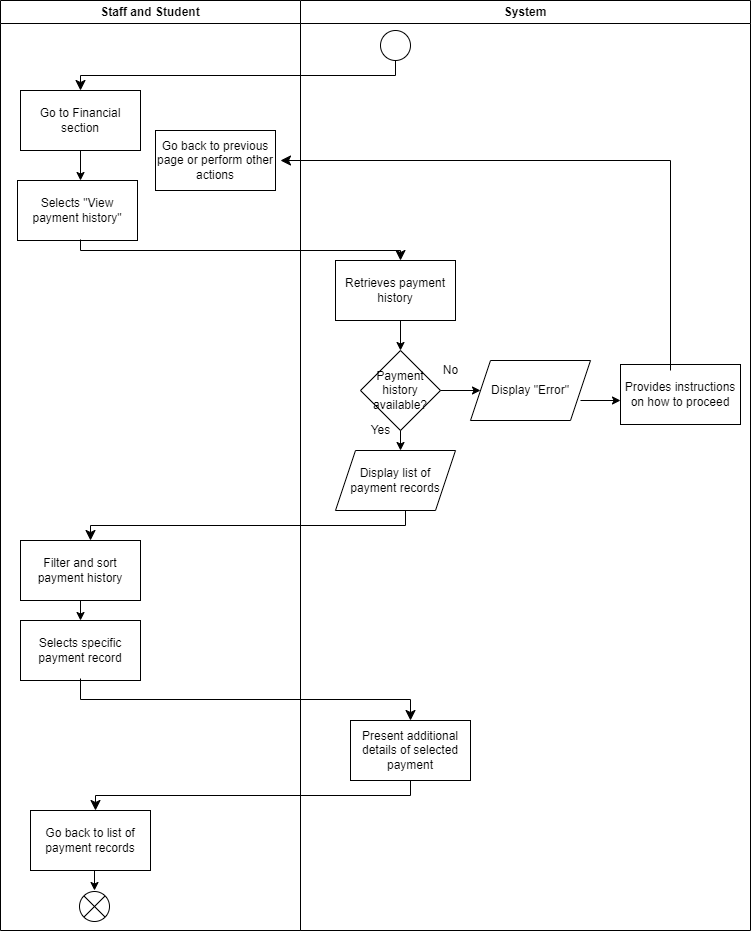
drshahizan/software-engineering keeps this draw.io diagram as project/drawio/stakeholder/activity diagram/uc23.png. Above is the earlier version. Source tidied: cells renumbered, new cells last; positions are measured from the earlier drawing's top-left corner, leaving out a move shared by most shapes. Source of this version:
```xml
<mxGraphModel>
  <root>
    <mxCell id="0" />
    <mxCell id="1" parent="0" />
    <mxCell id="2" style="ellipse;" parent="1" vertex="1">
      <mxGeometry x="380" y="30" width="30" height="30" as="geometry" />
    </mxCell>
    <mxCell id="3" style="edgeStyle=elbowEdgeStyle;elbow=vertical;endArrow=classic;html=1;curved=0;rounded=0;endSize=8;startSize=8;" parent="1" edge="1">
      <mxGeometry relative="1" as="geometry">
        <mxPoint x="395" y="60" as="sourcePoint" />
        <mxPoint x="80" y="90" as="targetPoint" />
      </mxGeometry>
    </mxCell>
    <mxCell id="4" value="Go to Financial section" style="rounded=0;whiteSpace=wrap;html=1;" parent="1" vertex="1">
      <mxGeometry x="20" y="90" width="120" height="60" as="geometry" />
    </mxCell>
    <mxCell id="5" style="endArrow=classic;html=1;" parent="1" edge="1">
      <mxGeometry relative="1" as="geometry">
        <mxPoint x="80" y="150" as="sourcePoint" />
        <mxPoint x="80" y="180" as="targetPoint" />
      </mxGeometry>
    </mxCell>
    <mxCell id="6" value="Selects &quot;View payment history&quot;" style="rounded=0;whiteSpace=wrap;html=1;" parent="1" vertex="1">
      <mxGeometry x="17" y="180" width="120" height="60" as="geometry" />
    </mxCell>
    <mxCell id="7" style="edgeStyle=elbowEdgeStyle;elbow=vertical;endArrow=classic;html=1;curved=0;rounded=0;endSize=8;startSize=8;" parent="1" edge="1">
      <mxGeometry relative="1" as="geometry">
        <mxPoint x="80" y="239" as="sourcePoint" />
        <mxPoint x="400" y="260" as="targetPoint" />
      </mxGeometry>
    </mxCell>
    <mxCell id="8" value="Retrieves payment history" style="rounded=0;whiteSpace=wrap;html=1;" parent="1" vertex="1">
      <mxGeometry x="335" y="260" width="120" height="60" as="geometry" />
    </mxCell>
    <mxCell id="9" style="endArrow=classic;html=1;" parent="1" edge="1">
      <mxGeometry relative="1" as="geometry">
        <mxPoint x="400" y="320" as="sourcePoint" />
        <mxPoint x="400" y="350" as="targetPoint" />
      </mxGeometry>
    </mxCell>
    <mxCell id="10" value="Payment history available?" style="rhombus;whiteSpace=wrap;html=1;" parent="1" vertex="1">
      <mxGeometry x="360" y="350" width="80" height="80" as="geometry" />
    </mxCell>
    <mxCell id="11" style="endArrow=classic;html=1;" parent="1" edge="1">
      <mxGeometry relative="1" as="geometry">
        <mxPoint x="400" y="430" as="sourcePoint" />
        <mxPoint x="400" y="450" as="targetPoint" />
      </mxGeometry>
    </mxCell>
    <mxCell id="12" value="Display list of payment records" style="shape=parallelogram;perimeter=parallelogramPerimeter;whiteSpace=wrap;html=1;fixedSize=1;" parent="1" vertex="1">
      <mxGeometry x="335" y="450" width="120" height="60" as="geometry" />
    </mxCell>
    <mxCell id="13" style="edgeStyle=elbowEdgeStyle;elbow=vertical;endArrow=classic;html=1;curved=0;rounded=0;endSize=8;startSize=8;" parent="1" edge="1">
      <mxGeometry relative="1" as="geometry">
        <mxPoint x="405" y="510" as="sourcePoint" />
        <mxPoint x="90" y="540" as="targetPoint" />
      </mxGeometry>
    </mxCell>
    <mxCell id="14" value="Filter and sort payment history" style="rounded=0;whiteSpace=wrap;html=1;" parent="1" vertex="1">
      <mxGeometry x="20" y="540" width="120" height="60" as="geometry" />
    </mxCell>
    <mxCell id="15" style="endArrow=classic;html=1;" parent="1" edge="1">
      <mxGeometry relative="1" as="geometry">
        <mxPoint x="80" y="600" as="sourcePoint" />
        <mxPoint x="80" y="620" as="targetPoint" />
      </mxGeometry>
    </mxCell>
    <mxCell id="16" value="Selects specific payment record" style="rounded=0;whiteSpace=wrap;html=1;" parent="1" vertex="1">
      <mxGeometry x="20" y="620" width="120" height="60" as="geometry" />
    </mxCell>
    <mxCell id="17" style="edgeStyle=elbowEdgeStyle;elbow=vertical;endArrow=classic;html=1;curved=0;rounded=0;endSize=8;startSize=8;" parent="1" edge="1">
      <mxGeometry relative="1" as="geometry">
        <mxPoint x="80" y="678" as="sourcePoint" />
        <mxPoint x="410" y="720" as="targetPoint" />
      </mxGeometry>
    </mxCell>
    <mxCell id="18" value="Present additional details of selected payment" style="rounded=0;whiteSpace=wrap;html=1;" parent="1" vertex="1">
      <mxGeometry x="350" y="720" width="120" height="60" as="geometry" />
    </mxCell>
    <mxCell id="19" style="edgeStyle=elbowEdgeStyle;elbow=vertical;endArrow=classic;html=1;curved=0;rounded=0;endSize=8;startSize=8;" parent="1" edge="1">
      <mxGeometry relative="1" as="geometry">
        <mxPoint x="410" y="780" as="sourcePoint" />
        <mxPoint x="95" y="810" as="targetPoint" />
      </mxGeometry>
    </mxCell>
    <mxCell id="20" value="Go back to list of payment records" style="rounded=0;whiteSpace=wrap;html=1;" parent="1" vertex="1">
      <mxGeometry x="30" y="810" width="120" height="60" as="geometry" />
    </mxCell>
    <mxCell id="21" style="endArrow=classic;html=1;" parent="1" edge="1">
      <mxGeometry relative="1" as="geometry">
        <mxPoint x="94" y="870" as="sourcePoint" />
        <mxPoint x="94" y="890" as="targetPoint" />
      </mxGeometry>
    </mxCell>
    <mxCell id="22" style="shape=sumEllipse;perimeter=ellipsePerimeter;whiteSpace=wrap;html=1;backgroundOutline=1;" parent="1" vertex="1">
      <mxGeometry x="79" y="891" width="30" height="30" as="geometry" />
    </mxCell>
    <mxCell id="23" value="Yes" style="text;html=1;align=center;verticalAlign=middle;strokeColor=none;fillColor=none;" parent="1" vertex="1">
      <mxGeometry x="360" y="415" width="40" height="30" as="geometry" />
    </mxCell>
    <mxCell id="24" style="endArrow=classic;html=1;" parent="1" edge="1">
      <mxGeometry relative="1" as="geometry">
        <mxPoint x="440" y="390" as="sourcePoint" />
        <mxPoint x="480" y="390" as="targetPoint" />
      </mxGeometry>
    </mxCell>
    <mxCell id="25" value="Display &quot;Error&quot;" style="shape=parallelogram;perimeter=parallelogramPerimeter;whiteSpace=wrap;html=1;fixedSize=1;" parent="1" vertex="1">
      <mxGeometry x="470" y="360" width="120" height="60" as="geometry" />
    </mxCell>
    <mxCell id="26" value="No" style="text;html=1;align=center;verticalAlign=middle;strokeColor=none;fillColor=none;" parent="1" vertex="1">
      <mxGeometry x="430" y="355" width="40" height="30" as="geometry" />
    </mxCell>
    <mxCell id="27" style="endArrow=classic;html=1;" parent="1" edge="1">
      <mxGeometry relative="1" as="geometry">
        <mxPoint x="580" y="400" as="sourcePoint" />
        <mxPoint x="620" y="400" as="targetPoint" />
      </mxGeometry>
    </mxCell>
    <mxCell id="28" value="Provides instructions on how to proceed" style="rounded=0;whiteSpace=wrap;html=1;" parent="1" vertex="1">
      <mxGeometry x="620" y="364" width="120" height="60" as="geometry" />
    </mxCell>
    <mxCell id="29" style="edgeStyle=elbowEdgeStyle;elbow=vertical;endArrow=classic;html=1;curved=0;rounded=0;endSize=8;startSize=8;" parent="1" edge="1">
      <mxGeometry relative="1" as="geometry">
        <mxPoint x="670" y="370" as="sourcePoint" />
        <mxPoint x="280" y="160" as="targetPoint" />
        <Array as="points">
          <mxPoint x="630" y="160" />
        </Array>
      </mxGeometry>
    </mxCell>
    <mxCell id="30" value="Go back to previous page or perform other actions" style="rounded=0;whiteSpace=wrap;html=1;" parent="1" vertex="1">
      <mxGeometry x="155" y="130" width="120" height="60" as="geometry" />
    </mxCell>
    <mxCell id="31" value="Staff and Student" style="swimlane;whiteSpace=wrap;html=1;" parent="1" vertex="1">
      <mxGeometry width="300" height="930" as="geometry" />
    </mxCell>
    <mxCell id="32" value="System" style="swimlane;whiteSpace=wrap;html=1;" parent="1" vertex="1">
      <mxGeometry x="300" width="450" height="930" as="geometry" />
    </mxCell>
  </root>
</mxGraphModel>
```
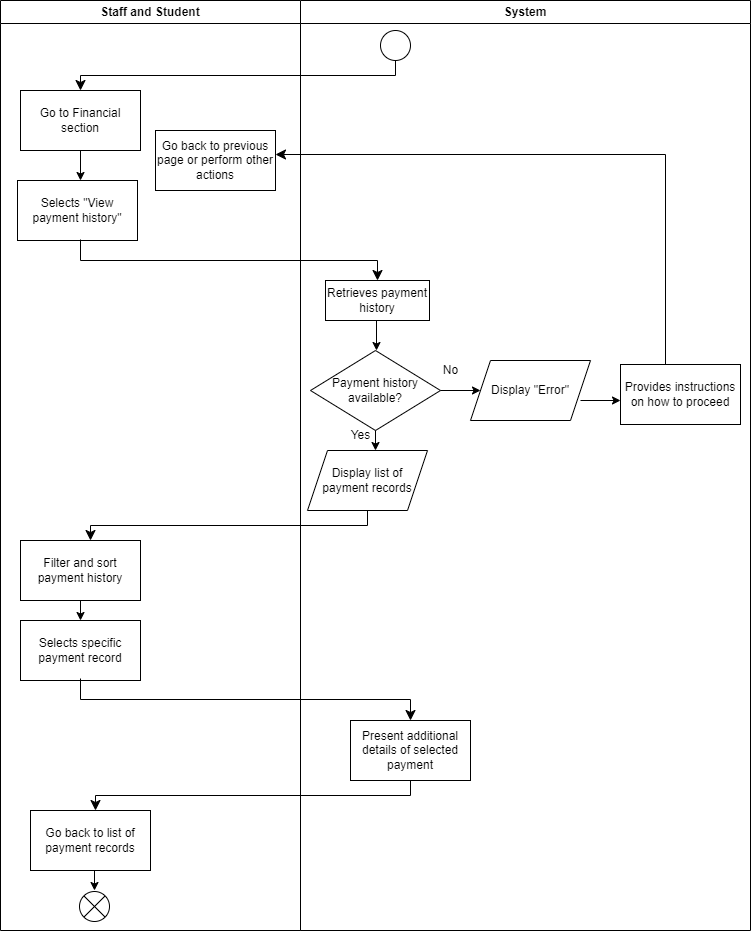
The same diagram one commit later.

Diff of the diagram source:
```diff
@@ -23,36 +23,34 @@
     <mxCell id="6" value="Selects &quot;View payment history&quot;" style="rounded=0;whiteSpace=wrap;html=1;" parent="1" vertex="1">
       <mxGeometry x="17" y="180" width="120" height="60" as="geometry" />
     </mxCell>
-    <mxCell id="7" style="edgeStyle=elbowEdgeStyle;elbow=vertical;endArrow=classic;html=1;curved=0;rounded=0;endSize=8;startSize=8;" parent="1" edge="1">
+    <mxCell id="7" style="edgeStyle=elbowEdgeStyle;elbow=vertical;endArrow=classic;html=1;curved=0;rounded=0;endSize=8;startSize=8;entryX=0.5;entryY=0;entryDx=0;entryDy=0;" parent="1" edge="1" target="8">
       <mxGeometry relative="1" as="geometry">
         <mxPoint x="80" y="239" as="sourcePoint" />
-        <mxPoint x="400" y="260" as="targetPoint" />
       </mxGeometry>
     </mxCell>
     <mxCell id="8" value="Retrieves payment history" style="rounded=0;whiteSpace=wrap;html=1;" parent="1" vertex="1">
-      <mxGeometry x="335" y="260" width="120" height="60" as="geometry" />
+      <mxGeometry x="325" y="280" width="104" height="40" as="geometry" />
     </mxCell>
     <mxCell id="9" style="endArrow=classic;html=1;" parent="1" edge="1">
       <mxGeometry relative="1" as="geometry">
-        <mxPoint x="400" y="320" as="sourcePoint" />
-        <mxPoint x="400" y="350" as="targetPoint" />
+        <mxPoint x="376" y="320" as="sourcePoint" />
+        <mxPoint x="376" y="350" as="targetPoint" />
       </mxGeometry>
     </mxCell>
     <mxCell id="10" value="Payment history available?" style="rhombus;whiteSpace=wrap;html=1;" parent="1" vertex="1">
-      <mxGeometry x="360" y="350" width="80" height="80" as="geometry" />
+      <mxGeometry x="310" y="350" width="130" height="80" as="geometry" />
     </mxCell>
     <mxCell id="11" style="endArrow=classic;html=1;" parent="1" edge="1">
       <mxGeometry relative="1" as="geometry">
-        <mxPoint x="400" y="430" as="sourcePoint" />
-        <mxPoint x="400" y="450" as="targetPoint" />
+        <mxPoint x="375" y="430" as="sourcePoint" />
+        <mxPoint x="375" y="450" as="targetPoint" />
       </mxGeometry>
     </mxCell>
     <mxCell id="12" value="Display list of payment records" style="shape=parallelogram;perimeter=parallelogramPerimeter;whiteSpace=wrap;html=1;fixedSize=1;" parent="1" vertex="1">
-      <mxGeometry x="335" y="450" width="120" height="60" as="geometry" />
+      <mxGeometry x="307" y="450" width="120" height="60" as="geometry" />
     </mxCell>
-    <mxCell id="13" style="edgeStyle=elbowEdgeStyle;elbow=vertical;endArrow=classic;html=1;curved=0;rounded=0;endSize=8;startSize=8;" parent="1" edge="1">
+    <mxCell id="13" style="edgeStyle=elbowEdgeStyle;elbow=vertical;endArrow=classic;html=1;curved=0;rounded=0;endSize=8;startSize=8;" parent="1" edge="1" source="12">
       <mxGeometry relative="1" as="geometry">
-        <mxPoint x="405" y="510" as="sourcePoint" />
         <mxPoint x="90" y="540" as="targetPoint" />
       </mxGeometry>
     </mxCell>
@@ -95,9 +93,6 @@
     <mxCell id="22" style="shape=sumEllipse;perimeter=ellipsePerimeter;whiteSpace=wrap;html=1;backgroundOutline=1;" parent="1" vertex="1">
       <mxGeometry x="79" y="891" width="30" height="30" as="geometry" />
     </mxCell>
-    <mxCell id="23" value="Yes" style="text;html=1;align=center;verticalAlign=middle;strokeColor=none;fillColor=none;" parent="1" vertex="1">
-      <mxGeometry x="360" y="415" width="40" height="30" as="geometry" />
-    </mxCell>
     <mxCell id="24" style="endArrow=classic;html=1;" parent="1" edge="1">
       <mxGeometry relative="1" as="geometry">
         <mxPoint x="440" y="390" as="sourcePoint" />
@@ -121,10 +116,10 @@
     </mxCell>
     <mxCell id="29" style="edgeStyle=elbowEdgeStyle;elbow=vertical;endArrow=classic;html=1;curved=0;rounded=0;endSize=8;startSize=8;" parent="1" edge="1">
       <mxGeometry relative="1" as="geometry">
-        <mxPoint x="670" y="370" as="sourcePoint" />
-        <mxPoint x="280" y="160" as="targetPoint" />
+        <mxPoint x="665" y="364" as="sourcePoint" />
+        <mxPoint x="275" y="154" as="targetPoint" />
         <Array as="points">
-          <mxPoint x="630" y="160" />
+          <mxPoint x="625" y="154" />
         </Array>
       </mxGeometry>
     </mxCell>
@@ -137,5 +132,8 @@
     <mxCell id="32" value="System" style="swimlane;whiteSpace=wrap;html=1;" parent="1" vertex="1">
       <mxGeometry x="300" width="450" height="930" as="geometry" />
     </mxCell>
+    <mxCell id="23" value="Yes" style="text;html=1;align=center;verticalAlign=middle;strokeColor=none;fillColor=none;" parent="32" vertex="1">
+      <mxGeometry x="40" y="420" width="40" height="30" as="geometry" />
+    </mxCell>
   </root>
 </mxGraphModel>
```
